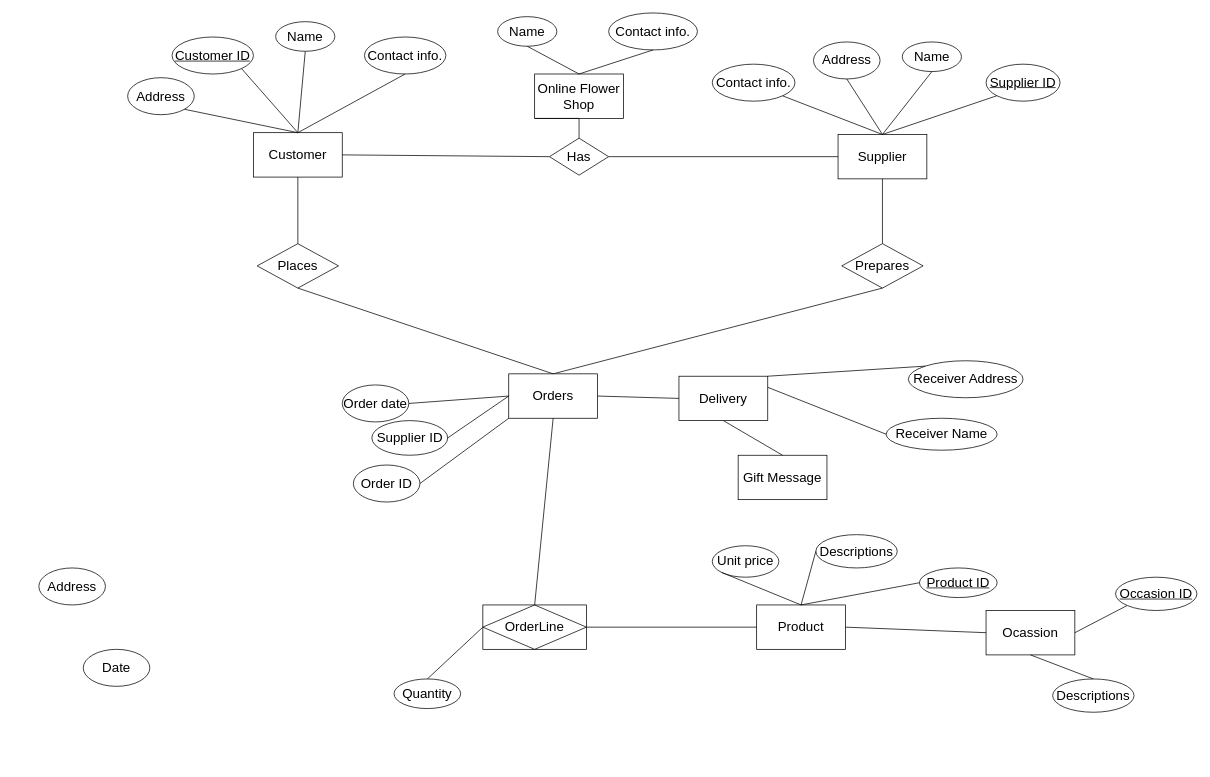
Above: Untitled Diagram.drawio in PeiJunHuang1/Practice (draw.io), before the change. Source tidied: cells renumbered, new cells numbered last; positions are measured from the earlier drawing's top-left corner, leaving out a move shared by most shapes. Both pictures are drawn from the tidied source at 74%, with x=0, y=0 at pixel (38, 13).
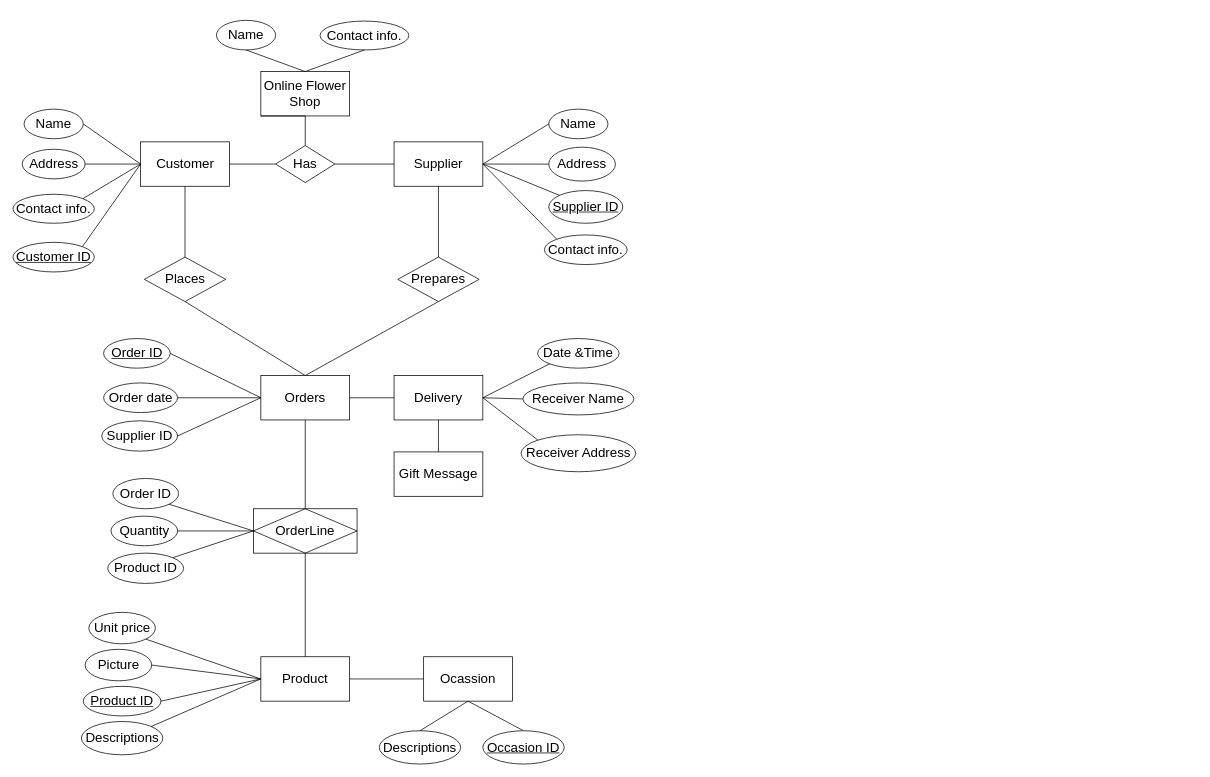
Above is the later version.

The edit, as a diff of the source:
```diff
@@
     <mxCell id="2" value="&lt;span style=&quot;font-size: 18px&quot;&gt;Customer&lt;/span&gt;" style="rounded=0;whiteSpace=wrap;html=1;" parent="1" vertex="1">
-      <mxGeometry x="290" y="161.8" width="120" height="60" as="geometry" />
+      <mxGeometry x="137.5" y="174.2" width="120" height="60" as="geometry" />
     </mxCell>
     <mxCell id="3" value="&lt;span style=&quot;font-size: 18px&quot;&gt;&lt;u&gt;Supplier ID&lt;/u&gt;&lt;/span&gt;" style="ellipse;whiteSpace=wrap;html=1;" parent="1" vertex="1">
-      <mxGeometry x="1280" y="69.2" width="100" height="50" as="geometry" />
+      <mxGeometry x="689.1" y="240" width="100" height="44.2" as="geometry" />
     </mxCell>
-    <mxCell id="4" value="&lt;font style=&quot;font-size: 18px&quot;&gt;Address&lt;/font&gt;" style="ellipse;whiteSpace=wrap;html=1;" parent="1" vertex="1">
-      <mxGeometry y="750" width="90" height="50" as="geometry" />
-    </mxCell>
     <mxCell id="5" value="&lt;span style=&quot;font-size: 18px&quot;&gt;Receiver Address&lt;/span&gt;" style="ellipse;whiteSpace=wrap;html=1;" parent="1" vertex="1">
-      <mxGeometry x="1175" y="470" width="155" height="50" as="geometry" />
+      <mxGeometry x="651.6" y="570" width="155" height="50" as="geometry" />
     </mxCell>
-    <mxCell id="6" value="&lt;font style=&quot;font-size: 18px&quot;&gt;Date&lt;br&gt;&lt;/font&gt;" style="ellipse;whiteSpace=wrap;html=1;" parent="1" vertex="1">
-      <mxGeometry x="60" y="860" width="90" height="50" as="geometry" />
+    <mxCell id="6" value="&lt;font style=&quot;font-size: 18px&quot;&gt;Date &amp;amp;Time&lt;br&gt;&lt;/font&gt;" style="ellipse;whiteSpace=wrap;html=1;" parent="1" vertex="1">
+      <mxGeometry x="674.1" y="440" width="110" height="40" as="geometry" />
     </mxCell>
     <mxCell id="7" value="&lt;font style=&quot;font-size: 18px&quot;&gt;Receiver Name&lt;/font&gt;" style="ellipse;whiteSpace=wrap;html=1;" parent="1" vertex="1">
-      <mxGeometry x="1145" y="547.7" width="150" height="43.2" as="geometry" />
+      <mxGeometry x="654.1" y="500" width="150" height="43.2" as="geometry" />
     </mxCell>
     <mxCell id="8" value="&lt;font style=&quot;font-size: 18px&quot;&gt;Descriptions&lt;/font&gt;" style="ellipse;whiteSpace=wrap;html=1;" parent="1" vertex="1">
-      <mxGeometry x="1050" y="705" width="110" height="45" as="geometry" />
+      <mxGeometry x="57.5" y="957.5" width="110" height="45" as="geometry" />
     </mxCell>
     <mxCell id="9" value="&lt;span style=&quot;font-size: 18px&quot;&gt;Unit price&lt;br&gt;&lt;/span&gt;" style="ellipse;whiteSpace=wrap;html=1;" parent="1" vertex="1">
-      <mxGeometry x="910" y="720" width="90" height="42.5" as="geometry" />
+      <mxGeometry x="67.5" y="810" width="90" height="42.5" as="geometry" />
     </mxCell>
-    <mxCell id="10" value="&lt;font style=&quot;font-size: 18px&quot;&gt;Order ID&lt;br&gt;&lt;/font&gt;" style="ellipse;whiteSpace=wrap;html=1;" parent="1" vertex="1">
-      <mxGeometry x="425" y="610.9" width="90" height="50" as="geometry" />
+    <mxCell id="10" value="&lt;font style=&quot;font-size: 18px&quot;&gt;&lt;u&gt;Order ID&lt;/u&gt;&lt;br&gt;&lt;/font&gt;" style="ellipse;whiteSpace=wrap;html=1;" parent="1" vertex="1">
+      <mxGeometry x="87.5" y="440" width="90" height="40" as="geometry" />
     </mxCell>
     <mxCell id="11" value="&lt;font style=&quot;font-size: 18px&quot;&gt;Order date&lt;br&gt;&lt;/font&gt;" style="ellipse;whiteSpace=wrap;html=1;" parent="1" vertex="1">
-      <mxGeometry x="410" y="502.7" width="90" height="50" as="geometry" />
+      <mxGeometry x="87.5" y="500" width="100" height="40" as="geometry" />
     </mxCell>
     <mxCell id="12" value="&lt;span style=&quot;font-size: 18px&quot;&gt;Quantity&lt;br&gt;&lt;/span&gt;" style="ellipse;whiteSpace=wrap;html=1;" parent="1" vertex="1">
-      <mxGeometry x="480" y="900" width="90" height="40" as="geometry" />
+      <mxGeometry x="97.5" y="680" width="90" height="40" as="geometry" />
     </mxCell>
     <mxCell id="13" value="&lt;font style=&quot;font-size: 18px&quot;&gt;Address&lt;/font&gt;" style="ellipse;whiteSpace=wrap;html=1;" parent="1" vertex="1">
-      <mxGeometry x="1046.8" y="39.2" width="90" height="50" as="geometry" />
+      <mxGeometry x="689.1" y="181.4" width="90" height="45.8" as="geometry" />
     </mxCell>
     <mxCell id="14" value="&lt;font style=&quot;font-size: 18px&quot;&gt;&lt;u&gt;Customer ID&lt;/u&gt;&lt;/font&gt;" style="ellipse;whiteSpace=wrap;html=1;" parent="1" vertex="1">
-      <mxGeometry x="180" y="32.5" width="110" height="50" as="geometry" />
+      <mxGeometry x="-35" y="310" width="110" height="40" as="geometry" />
     </mxCell>
     <mxCell id="15" value="&lt;font style=&quot;font-size: 18px&quot;&gt;&lt;u&gt;Product ID&lt;/u&gt;&lt;/font&gt;" style="ellipse;whiteSpace=wrap;html=1;" parent="1" vertex="1">
-      <mxGeometry x="1190" y="750" width="105" height="40" as="geometry" />
+      <mxGeometry x="60" y="910" width="105" height="40" as="geometry" />
     </mxCell>
     <mxCell id="16" value="&lt;font style=&quot;font-size: 18px&quot;&gt;Name&lt;/font&gt;" style="ellipse;whiteSpace=wrap;html=1;" parent="1" vertex="1">
-      <mxGeometry x="320" y="11.8" width="80" height="40" as="geometry" />
+      <mxGeometry x="-20" y="130" width="80" height="40" as="geometry" />
     </mxCell>
     <mxCell id="17" value="&lt;span style=&quot;font-size: 18px&quot;&gt;Contact info.&lt;/span&gt;" style="ellipse;whiteSpace=wrap;html=1;" parent="1" vertex="1">
-      <mxGeometry x="440" y="32.5" width="110" height="50" as="geometry" />
+      <mxGeometry x="-35" y="245" width="110" height="39.2" as="geometry" />
     </mxCell>
-    <mxCell id="18" style="endArrow=none;html=1;entryX=0.5;entryY=1;entryDx=0;entryDy=0;exitX=0.5;exitY=0;exitDx=0;exitDy=0;" parent="1" edge="1" source="2" target="16">
+    <mxCell id="18" style="endArrow=none;html=1;entryX=1;entryY=0.5;entryDx=0;entryDy=0;exitX=0;exitY=0.5;exitDx=0;exitDy=0;" parent="1" edge="1" source="2" target="16">
       <mxGeometry relative="1" as="geometry" />
     </mxCell>
@@
-    <mxCell id="21" style="endArrow=none;html=1;exitX=1;exitY=1;exitDx=0;exitDy=0;entryX=0.5;entryY=0;entryDx=0;entryDy=0;" parent="1" edge="1" source="14" target="2">
+    <mxCell id="21" style="endArrow=none;html=1;entryX=0;entryY=0.5;entryDx=0;entryDy=0;exitX=1;exitY=0;exitDx=0;exitDy=0;" parent="1" edge="1" source="14" target="2">
       <mxGeometry relative="1" as="geometry" />
     </mxCell>
-    <mxCell id="22" style="endArrow=none;html=1;entryX=0.5;entryY=1;entryDx=0;entryDy=0;exitX=0.5;exitY=0;exitDx=0;exitDy=0;" parent="1" edge="1" source="2" target="17">
+    <mxCell id="22" style="endArrow=none;html=1;entryX=1;entryY=0;entryDx=0;entryDy=0;exitX=0;exitY=0.5;exitDx=0;exitDy=0;" parent="1" edge="1" source="2" target="17">
       <mxGeometry relative="1" as="geometry" />
     </mxCell>
     <mxCell id="23" value="&lt;font style=&quot;font-size: 18px&quot;&gt;Has&lt;/font&gt;" style="rhombus;whiteSpace=wrap;html=1;" parent="1" vertex="1">
-      <mxGeometry x="690" y="169.2" width="80" height="50" as="geometry" />
+      <mxGeometry x="320" y="179.2" width="80" height="50" as="geometry" />
     </mxCell>
     <mxCell id="24" value="&lt;span style=&quot;font-size: 18px&quot;&gt;Online Flower Shop&lt;br&gt;&lt;/span&gt;" style="rounded=0;whiteSpace=wrap;html=1;" parent="1" vertex="1">
-      <mxGeometry x="670" y="82.5" width="120" height="60" as="geometry" />
+      <mxGeometry x="300" y="79.2" width="120" height="60" as="geometry" />
     </mxCell>
     <mxCell id="25" value="&lt;font style=&quot;font-size: 18px&quot;&gt;Name&lt;/font&gt;" style="ellipse;whiteSpace=wrap;html=1;" parent="1" vertex="1">
-      <mxGeometry x="620" y="5" width="80" height="40" as="geometry" />
+      <mxGeometry x="240" y="10" width="80" height="40" as="geometry" />
     </mxCell>
@@
     <mxCell id="27" value="&lt;font style=&quot;font-size: 18px&quot;&gt;Contact info.&lt;/font&gt;" style="ellipse;whiteSpace=wrap;html=1;" parent="1" vertex="1">
-      <mxGeometry x="770" width="120" height="50" as="geometry" />
+      <mxGeometry x="380" y="11" width="120" height="39" as="geometry" />
     </mxCell>
@@
     <mxCell id="30" value="&lt;span style=&quot;font-size: 18px&quot;&gt;Supplier&lt;br&gt;&lt;/span&gt;" style="rounded=0;whiteSpace=wrap;html=1;" parent="1" vertex="1">
-      <mxGeometry x="1080" y="164.2" width="120" height="60" as="geometry" />
+      <mxGeometry x="480" y="174.2" width="120" height="60" as="geometry" />
     </mxCell>
@@
     <mxCell id="32" value="&lt;font style=&quot;font-size: 18px&quot;&gt;Contact info.&lt;/font&gt;" style="ellipse;whiteSpace=wrap;html=1;" parent="1" vertex="1">
-      <mxGeometry x="910" y="69.2" width="111.8" height="50" as="geometry" />
+      <mxGeometry x="683.2" y="300" width="111.8" height="40" as="geometry" />
     </mxCell>
-    <mxCell id="33" style="endArrow=none;html=1;entryX=0.5;entryY=0;entryDx=0;entryDy=0;exitX=1;exitY=1;exitDx=0;exitDy=0;" parent="1" edge="1" source="32" target="30">
+    <mxCell id="33" style="endArrow=none;html=1;entryX=1;entryY=0.5;entryDx=0;entryDy=0;exitX=0;exitY=0;exitDx=0;exitDy=0;" parent="1" edge="1" source="32" target="30">
       <mxGeometry relative="1" as="geometry" />
     </mxCell>
-    <mxCell id="34" style="endArrow=none;html=1;entryX=0.5;entryY=0;entryDx=0;entryDy=0;exitX=0.5;exitY=1;exitDx=0;exitDy=0;" parent="1" edge="1" source="13" target="30">
+    <mxCell id="34" style="endArrow=none;html=1;entryX=1;entryY=0.5;entryDx=0;entryDy=0;exitX=0;exitY=0.5;exitDx=0;exitDy=0;" parent="1" edge="1" source="13" target="30">
       <mxGeometry relative="1" as="geometry" />
     </mxCell>
     <mxCell id="35" value="&lt;font style=&quot;font-size: 18px&quot;&gt;Name&lt;/font&gt;" style="ellipse;whiteSpace=wrap;html=1;" parent="1" vertex="1">
-      <mxGeometry x="1166.8" y="39.2" width="80" height="40" as="geometry" />
+      <mxGeometry x="689.1" y="130" width="80" height="40" as="geometry" />
     </mxCell>
-    <mxCell id="36" style="endArrow=none;html=1;exitX=0.5;exitY=1;exitDx=0;exitDy=0;entryX=0.5;entryY=0;entryDx=0;entryDy=0;" parent="1" edge="1" source="35" target="30">
+    <mxCell id="36" style="endArrow=none;html=1;exitX=0;exitY=0.5;exitDx=0;exitDy=0;entryX=1;entryY=0.5;entryDx=0;entryDy=0;" parent="1" edge="1" source="35" target="30">
       <mxGeometry relative="1" as="geometry" />
     </mxCell>
-    <mxCell id="37" style="endArrow=none;html=1;exitX=0;exitY=1;exitDx=0;exitDy=0;entryX=0.5;entryY=0;entryDx=0;entryDy=0;" parent="1" edge="1" source="3" target="30">
+    <mxCell id="37" style="endArrow=none;html=1;exitX=0;exitY=0;exitDx=0;exitDy=0;entryX=1;entryY=0.5;entryDx=0;entryDy=0;" parent="1" edge="1" source="3" target="30">
       <mxGeometry relative="1" as="geometry" />
     </mxCell>
     <mxCell id="38" value="&lt;font style=&quot;font-size: 18px&quot;&gt;Prepares&lt;/font&gt;" style="rhombus;whiteSpace=wrap;html=1;" parent="1" vertex="1">
-      <mxGeometry x="1085" y="311.8" width="110" height="60" as="geometry" />
+      <mxGeometry x="485" y="330" width="110" height="60" as="geometry" />
     </mxCell>
@@
     <mxCell id="40" value="&lt;span style=&quot;font-size: 18px&quot;&gt;Ocassion&lt;br&gt;&lt;/span&gt;" style="rounded=0;whiteSpace=wrap;html=1;" parent="1" vertex="1">
-      <mxGeometry x="1280" y="807.5" width="120" height="60" as="geometry" />
+      <mxGeometry x="520" y="870" width="120" height="60" as="geometry" />
     </mxCell>
     <mxCell id="41" value="&lt;span style=&quot;font-size: 18px&quot;&gt;Product&lt;br&gt;&lt;/span&gt;" style="rounded=0;whiteSpace=wrap;html=1;" parent="1" vertex="1">
-      <mxGeometry x="970" y="800" width="120" height="60" as="geometry" />
+      <mxGeometry x="300" y="870" width="120" height="60" as="geometry" />
     </mxCell>
-    <mxCell id="42" style="endArrow=none;html=1;exitX=1;exitY=0.5;exitDx=0;exitDy=0;entryX=0;entryY=1;entryDx=0;entryDy=0;" parent="1" edge="1" source="40" target="67">
+    <mxCell id="42" style="endArrow=none;html=1;exitX=0.5;exitY=1;exitDx=0;exitDy=0;entryX=0.5;entryY=0;entryDx=0;entryDy=0;" parent="1" edge="1" source="40" target="67">
       <mxGeometry relative="1" as="geometry" />
     </mxCell>
-    <mxCell id="43" style="endArrow=none;html=1;exitX=1;exitY=0.5;exitDx=0;exitDy=0;entryX=0;entryY=0.5;entryDx=0;entryDy=0;" parent="1" edge="1" source="66" target="41">
+    <mxCell id="43" style="endArrow=none;html=1;exitX=0.5;exitY=1;exitDx=0;exitDy=0;entryX=0.5;entryY=0;entryDx=0;entryDy=0;" parent="1" edge="1" source="66" target="41">
       <mxGeometry relative="1" as="geometry" />
     </mxCell>
@@
-    <mxCell id="45" style="endArrow=none;html=1;exitX=0.5;exitY=0;exitDx=0;exitDy=0;entryX=0;entryY=1;entryDx=0;entryDy=0;" parent="1" edge="1" source="41" target="9">
+    <mxCell id="45" style="endArrow=none;html=1;exitX=0;exitY=0.5;exitDx=0;exitDy=0;entryX=1;entryY=1;entryDx=0;entryDy=0;" parent="1" edge="1" source="41" target="9">
       <mxGeometry relative="1" as="geometry" />
     </mxCell>
-    <mxCell id="46" style="endArrow=none;html=1;exitX=0.5;exitY=0;exitDx=0;exitDy=0;entryX=0;entryY=0.5;entryDx=0;entryDy=0;" parent="1" edge="1" source="41" target="8">
+    <mxCell id="46" style="endArrow=none;html=1;exitX=0;exitY=0.5;exitDx=0;exitDy=0;entryX=1;entryY=0;entryDx=0;entryDy=0;" parent="1" edge="1" source="41" target="8">
       <mxGeometry relative="1" as="geometry" />
     </mxCell>
@@
     <mxCell id="48" value="&lt;font style=&quot;font-size: 18px&quot;&gt;Places&lt;/font&gt;" style="rhombus;whiteSpace=wrap;html=1;" parent="1" vertex="1">
-      <mxGeometry x="295" y="311.8" width="110" height="60" as="geometry" />
+      <mxGeometry x="142.5" y="330" width="110" height="60" as="geometry" />
     </mxCell>
@@
     <mxCell id="50" value="&lt;span style=&quot;font-size: 18px&quot;&gt;Orders&lt;br&gt;&lt;/span&gt;" style="rounded=0;whiteSpace=wrap;html=1;" parent="1" vertex="1">
-      <mxGeometry x="635" y="487.7" width="120" height="60" as="geometry" />
+      <mxGeometry x="300" y="490" width="120" height="60" as="geometry" />
     </mxCell>
@@
     <mxCell id="52" value="&lt;font style=&quot;font-size: 18px&quot;&gt;Supplier ID&lt;/font&gt;" style="ellipse;whiteSpace=wrap;html=1;" parent="1" vertex="1">
-      <mxGeometry x="450" y="550.9" width="102.5" height="46.8" as="geometry" />
+      <mxGeometry x="85" y="551.2" width="102.5" height="40.9" as="geometry" />
     </mxCell>
@@
-    <mxCell id="54" style="endArrow=none;html=1;exitX=1;exitY=0.5;exitDx=0;exitDy=0;entryX=0;entryY=1;entryDx=0;entryDy=0;" parent="1" edge="1" source="10" target="50">
+    <mxCell id="54" style="endArrow=none;html=1;exitX=1;exitY=0.5;exitDx=0;exitDy=0;entryX=0;entryY=0.5;entryDx=0;entryDy=0;" parent="1" edge="1" source="10" target="50">
       <mxGeometry relative="1" as="geometry" />
     </mxCell>
@@
     <mxCell id="56" value="&lt;span style=&quot;font-size: 18px&quot;&gt;Gift Message&lt;br&gt;&lt;/span&gt;" style="rounded=0;whiteSpace=wrap;html=1;" parent="1" vertex="1">
-      <mxGeometry x="945" y="597.7" width="120" height="60" as="geometry" />
+      <mxGeometry x="480" y="593.2" width="120" height="60" as="geometry" />
     </mxCell>
@@
     <mxCell id="58" value="&lt;font style=&quot;font-size: 18px&quot;&gt;Descriptions&lt;/font&gt;" style="ellipse;whiteSpace=wrap;html=1;" parent="1" vertex="1">
-      <mxGeometry x="1370" y="900" width="110" height="45" as="geometry" />
+      <mxGeometry x="460" y="970" width="110" height="45" as="geometry" />
     </mxCell>
@@
-    <mxCell id="60" style="endArrow=none;html=1;exitX=0.5;exitY=0;exitDx=0;exitDy=0;entryX=0;entryY=0.5;entryDx=0;entryDy=0;" parent="1" edge="1" source="12" target="66">
+    <mxCell id="60" style="endArrow=none;html=1;exitX=1;exitY=0.5;exitDx=0;exitDy=0;entryX=0;entryY=0.5;entryDx=0;entryDy=0;" parent="1" edge="1" source="12" target="66">
       <mxGeometry relative="1" as="geometry" />
     </mxCell>
     <mxCell id="61" value="&lt;span style=&quot;font-size: 18px&quot;&gt;Delivery&lt;br&gt;&lt;/span&gt;" style="rounded=0;whiteSpace=wrap;html=1;" parent="1" vertex="1">
-      <mxGeometry x="865" y="490.9" width="120" height="60" as="geometry" />
+      <mxGeometry x="480" y="490" width="120" height="60" as="geometry" />
     </mxCell>
@@
-    <mxCell id="63" style="endArrow=none;html=1;exitX=1;exitY=0;exitDx=0;exitDy=0;entryX=0;entryY=0;entryDx=0;entryDy=0;" parent="1" edge="1" source="61" target="5">
+    <mxCell id="63" style="endArrow=none;html=1;exitX=1;exitY=0.5;exitDx=0;exitDy=0;entryX=0;entryY=0;entryDx=0;entryDy=0;" parent="1" edge="1" source="61" target="5">
       <mxGeometry relative="1" as="geometry" />
     </mxCell>
-    <mxCell id="64" style="endArrow=none;html=1;exitX=0;exitY=0.5;exitDx=0;exitDy=0;entryX=1;entryY=0.25;entryDx=0;entryDy=0;" parent="1" edge="1" source="7" target="61">
+    <mxCell id="64" style="endArrow=none;html=1;exitX=0;exitY=0.5;exitDx=0;exitDy=0;entryX=1;entryY=0.5;entryDx=0;entryDy=0;" parent="1" edge="1" source="7" target="61">
       <mxGeometry relative="1" as="geometry" />
     </mxCell>
-    <mxCell id="65" style="endArrow=none;html=1;exitX=0.5;exitY=0;exitDx=0;exitDy=0;entryX=0;entryY=0.5;entryDx=0;entryDy=0;" parent="1" edge="1" source="41" target="15">
+    <mxCell id="65" style="endArrow=none;html=1;exitX=0;exitY=0.5;exitDx=0;exitDy=0;entryX=1;entryY=0.5;entryDx=0;entryDy=0;" parent="1" edge="1" source="41" target="15">
       <mxGeometry relative="1" as="geometry" />
     </mxCell>
     <mxCell id="66" value="&lt;font style=&quot;font-size: 18px&quot;&gt;OrderLine&lt;/font&gt;" style="shape=associativeEntity;whiteSpace=wrap;html=1;align=center;" parent="1" vertex="1">
-      <mxGeometry x="600" y="800" width="140" height="60" as="geometry" />
+      <mxGeometry x="290" y="670" width="140" height="60" as="geometry" />
     </mxCell>
     <mxCell id="67" value="&lt;font style=&quot;font-size: 18px&quot;&gt;&lt;u&gt;Occasion ID&lt;/u&gt;&lt;/font&gt;" style="ellipse;whiteSpace=wrap;html=1;" parent="1" vertex="1">
-      <mxGeometry x="1455" y="762.5" width="110" height="45" as="geometry" />
+      <mxGeometry x="600" y="970" width="110" height="45" as="geometry" />
     </mxCell>
@@
     <mxCell id="69" value="&lt;font style=&quot;font-size: 18px&quot;&gt;Address&lt;/font&gt;" style="ellipse;whiteSpace=wrap;html=1;" parent="1" vertex="1">
-      <mxGeometry x="120" y="87.5" width="90" height="50" as="geometry" />
+      <mxGeometry x="-22.5" y="184.2" width="85" height="40" as="geometry" />
     </mxCell>
-    <mxCell id="70" style="endArrow=none;html=1;exitX=1;exitY=1;exitDx=0;exitDy=0;entryX=0.5;entryY=0;entryDx=0;entryDy=0;" parent="1" edge="1" source="69" target="2">
+    <mxCell id="70" style="endArrow=none;html=1;exitX=1;exitY=0.5;exitDx=0;exitDy=0;entryX=0;entryY=0.5;entryDx=0;entryDy=0;" parent="1" edge="1" source="69" target="2">
       <mxGeometry relative="1" as="geometry" />
     </mxCell>
+    <mxCell id="71" style="endArrow=none;html=1;exitX=0;exitY=1;exitDx=0;exitDy=0;entryX=1;entryY=0.5;entryDx=0;entryDy=0;" parent="1" edge="1" source="6" target="61">
+      <mxGeometry relative="1" as="geometry" />
+    </mxCell>
+    <mxCell id="72" value="&lt;font style=&quot;font-size: 18px&quot;&gt;Order ID&lt;/font&gt;" style="ellipse;whiteSpace=wrap;html=1;" parent="1" vertex="1">
+      <mxGeometry x="100" y="629.1" width="88.8" height="40.9" as="geometry" />
+    </mxCell>
+    <mxCell id="73" value="&lt;font style=&quot;font-size: 18px&quot;&gt;Product ID&lt;/font&gt;" style="ellipse;whiteSpace=wrap;html=1;" parent="1" vertex="1">
+      <mxGeometry x="93.1" y="730" width="102.5" height="40.9" as="geometry" />
+    </mxCell>
+    <mxCell id="74" style="endArrow=none;html=1;exitX=1;exitY=1;exitDx=0;exitDy=0;entryX=0;entryY=0.5;entryDx=0;entryDy=0;" parent="1" edge="1" source="72" target="66">
+      <mxGeometry relative="1" as="geometry" />
+    </mxCell>
+    <mxCell id="75" style="endArrow=none;html=1;exitX=1;exitY=0;exitDx=0;exitDy=0;entryX=0;entryY=0.5;entryDx=0;entryDy=0;" parent="1" edge="1" source="73" target="66">
+      <mxGeometry relative="1" as="geometry" />
+    </mxCell>
+    <mxCell id="76" value="&lt;span style=&quot;font-size: 18px&quot;&gt;Picture&lt;br&gt;&lt;/span&gt;" style="ellipse;whiteSpace=wrap;html=1;" parent="1" vertex="1">
+      <mxGeometry x="62.5" y="860" width="90" height="42.5" as="geometry" />
+    </mxCell>
+    <mxCell id="77" style="endArrow=none;html=1;entryX=1;entryY=0.5;entryDx=0;entryDy=0;" parent="1" edge="1" target="76">
+      <mxGeometry relative="1" as="geometry">
+        <mxPoint x="300" y="900" as="sourcePoint" />
+      </mxGeometry>
+    </mxCell>
```
